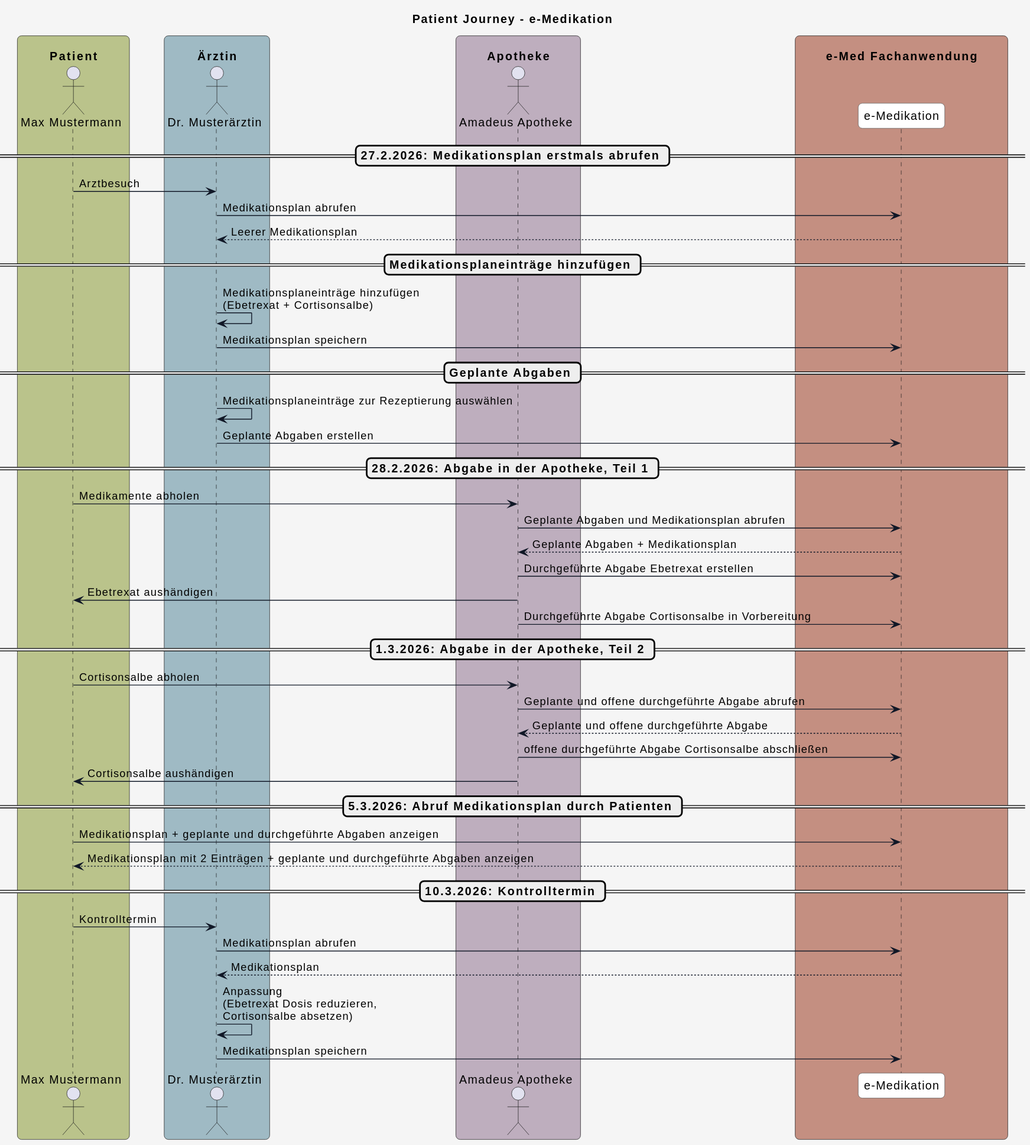
Above: r4-ELGA-e-Medikation-main/plantuml/patient_journey.svg in HL7Austria/hl7austria.github.io (PlantUML), before the change. Source of this version:
```plantuml
@startuml
title Patient Journey - e-Medikation

skinparam borderColor #000000
skinparam backgroundColor #f5f5f5
skinparam shadowing false
skinparam roundCorner 10
skinparam defaultFontName "Arial"
skinparam defaultFontSize 14
skinparam defaultFontColor #000000

skinparam note {
  BackgroundColor #e0e5f0-#d1d9e6
  BorderColor #8b95a5
  BorderThickness 1
  RoundCorner 8
  Padding 6
  FontColor #111827
  Shadowing true
}

skinparam HyperlinkColor #0000EE
skinparam HyperlinkUnderline false

skinparam sequence {
  ParticipantBorderColor #555555
  ParticipantBackgroundColor #ffffff
  ParticipantFontColor #000000
  ParticipantFontSize 14
  ParticipantPadding 20
  ArrowColor #111827
  ArrowThickness 1
  ArrowFontColor #000000
  ArrowFontSize 13
  GroupBorderColor #111827
  GroupBackgroundColor #eef2ff
  GroupBorderThickness 2
}

skinparam BoxPadding 20
skinparam BoxBorderColor #555555


box "\n Patient " #bac38b
actor Patient as "Max Mustermann"
end box

box "\n Ärztin " #9fbac4
actor Arzt as "Dr. Musterärztin"
end box

box "\n Apotheke " #beaebe
actor Apotheke as "Amadeus Apotheke"
end box

box "\n       e-Med Fachanwendung       " #c48f81
  participant System as "e-Medikation"
end box




== 27.2.2026: Medikationsplan erstmals abrufen ==
Patient -> Arzt: Arztbesuch
Arzt -> System: Medikationsplan abrufen
System --> Arzt: Leerer Medikationsplan

== Medikationsplaneinträge hinzufügen ==
Arzt -> Arzt: Medikationsplaneinträge hinzufügen\n(Ebetrexat + Cortisonsalbe)
Arzt -> System: Medikationsplan speichern

== Geplante Abgaben ==
Arzt -> Arzt: Medikationsplaneinträge zur Rezeptierung auswählen
Arzt -> System: Geplante Abgaben erstellen

== 28.2.2026: Abgabe in der Apotheke, Teil 1 ==
Patient -> Apotheke: Medikamente abholen
Apotheke -> System: Geplante Abgaben und Medikationsplan abrufen
System --> Apotheke: Geplante Abgaben + Medikationsplan

Apotheke -> System: Durchgeführte Abgabe Ebetrexat erstellen
Apotheke -> Patient: Ebetrexat aushändigen

Apotheke -> System: Durchgeführte Abgabe Cortisonsalbe in Vorbereitung


== 1.3.2026: Abgabe in der Apotheke, Teil 2 ==
Patient -> Apotheke: Cortisonsalbe abholen
Apotheke -> System: Geplante und offene durchgeführte Abgabe abrufen
System --> Apotheke: Geplante und offene durchgeführte Abgabe

Apotheke -> System: offene durchgeführte Abgabe Cortisonsalbe abschließen
Apotheke -> Patient: Cortisonsalbe aushändigen

== 5.3.2026: Abruf Medikationsplan durch Patienten ==
Patient -> System: Medikationsplan + geplante und durchgeführte Abgaben anzeigen
System --> Patient: Medikationsplan mit 2 Einträgen + geplante und durchgeführte Abgaben anzeigen

== 10.3.2026: Kontrolltermin ==
Patient -> Arzt: Kontrolltermin

Arzt -> System: Medikationsplan abrufen
System --> Arzt: Medikationsplan

Arzt -> Arzt: Anpassung\n(Ebetrexat Dosis reduzieren,\nCortisonsalbe absetzen)
Arzt -> System: Medikationsplan speichern
@enduml
```
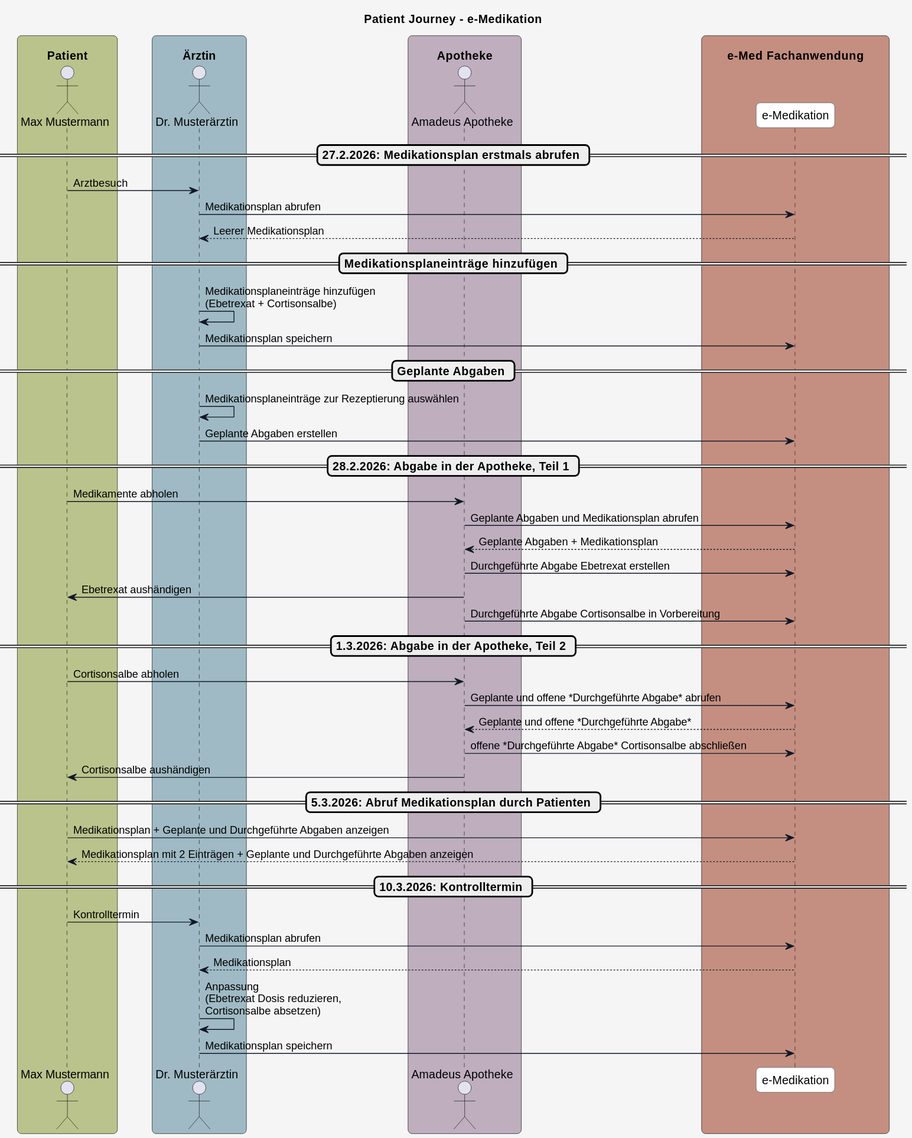
Above is the later version.

Change to the diagram source:
```diff
@@ -1,5 +1,6 @@
 @startuml
 title Patient Journey - e-Medikation
+
 
 skinparam borderColor #000000
 skinparam backgroundColor #f5f5f5
@@ -86,15 +87,15 @@
 
 == 1.3.2026: Abgabe in der Apotheke, Teil 2 ==
 Patient -> Apotheke: Cortisonsalbe abholen
-Apotheke -> System: Geplante und offene durchgeführte Abgabe abrufen
-System --> Apotheke: Geplante und offene durchgeführte Abgabe
+Apotheke -> System: Geplante und offene *Durchgeführte Abgabe* abrufen
+System --> Apotheke: Geplante und offene *Durchgeführte Abgabe*
 
-Apotheke -> System: offene durchgeführte Abgabe Cortisonsalbe abschließen
+Apotheke -> System: offene *Durchgeführte Abgabe* Cortisonsalbe abschließen
 Apotheke -> Patient: Cortisonsalbe aushändigen
 
 == 5.3.2026: Abruf Medikationsplan durch Patienten ==
-Patient -> System: Medikationsplan + geplante und durchgeführte Abgaben anzeigen
-System --> Patient: Medikationsplan mit 2 Einträgen + geplante und durchgeführte Abgaben anzeigen
+Patient -> System: Medikationsplan + Geplante und Durchgeführte Abgaben anzeigen
+System --> Patient: Medikationsplan mit 2 Einträgen + Geplante und Durchgeführte Abgaben anzeigen
 
 == 10.3.2026: Kontrolltermin ==
 Patient -> Arzt: Kontrolltermin
```
